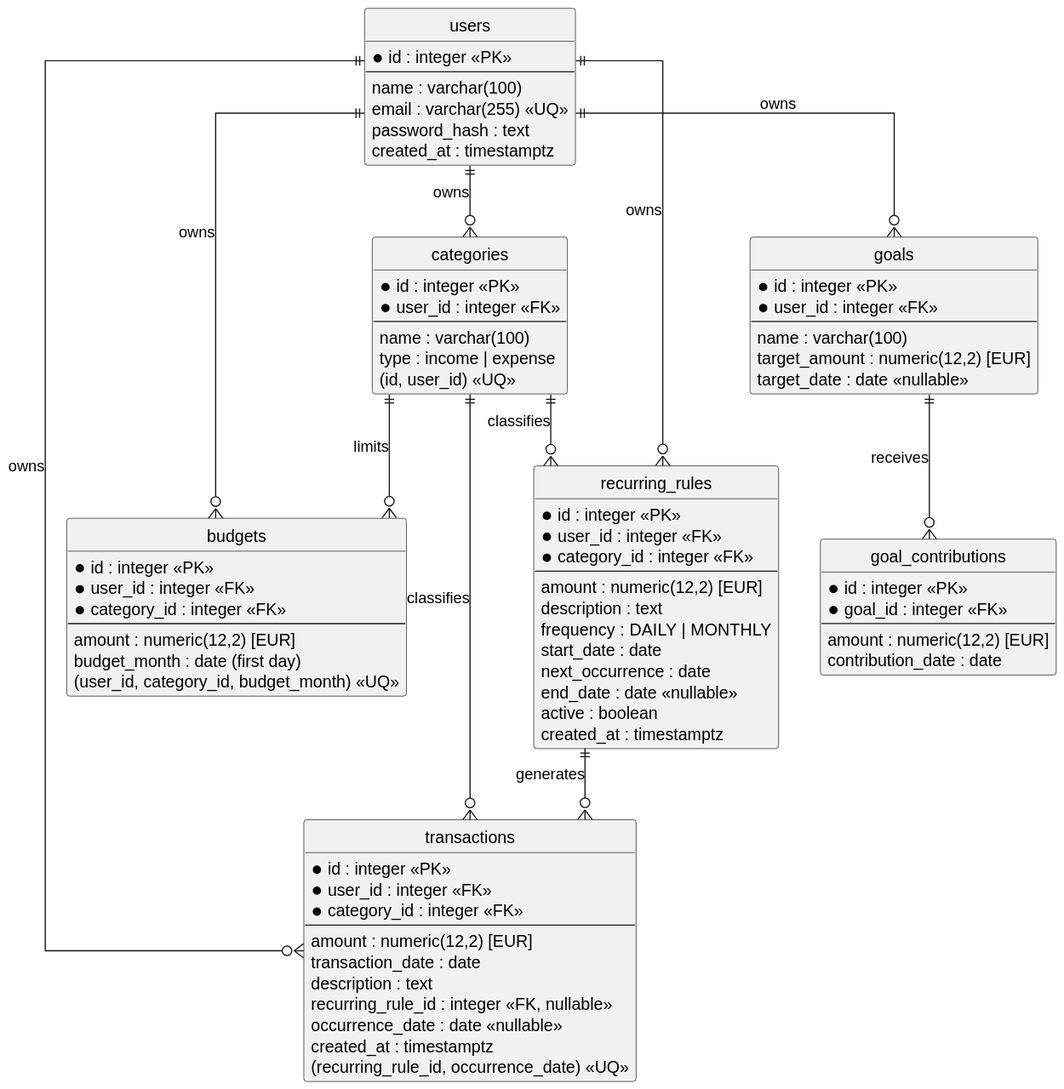
The PlantUML diagram docs/assets/diagrams/finance-data-ERD.svg in vnovakovic05/Projekt-R-aplikacija-za-financije, before a commit. The source it was exported from:
```plantuml
@startuml
hide circle
skinparam linetype ortho
skinparam entity {
  BackgroundColor #F8FAFC
  BorderColor #334155
}

entity "users" as users {
  * id : integer <<PK>>
  --
  name : varchar(100)
  email : varchar(255) <<UQ>>
  password_hash : text
  created_at : timestamptz
}

entity "categories" as categories {
  * id : integer <<PK>>
  * user_id : integer <<FK>>
  --
  name : varchar(100)
  type : income | expense
  (id, user_id) <<UQ>>
}

entity "transactions" as transactions {
  * id : integer <<PK>>
  * user_id : integer <<FK>>
  * category_id : integer <<FK>>
  --
  amount : numeric(12,2) [EUR]
  transaction_date : date
  description : text
  recurring_rule_id : integer <<FK, nullable>>
  occurrence_date : date <<nullable>>
  created_at : timestamptz
  (recurring_rule_id, occurrence_date) <<UQ>>
}

entity "budgets" as budgets {
  * id : integer <<PK>>
  * user_id : integer <<FK>>
  * category_id : integer <<FK>>
  --
  amount : numeric(12,2) [EUR]
  budget_month : date (first day)
  (user_id, category_id, budget_month) <<UQ>>
}

entity "recurring_rules" as recurring_rules {
  * id : integer <<PK>>
  * user_id : integer <<FK>>
  * category_id : integer <<FK>>
  --
  amount : numeric(12,2) [EUR]
  description : text
  frequency : DAILY | MONTHLY
  start_date : date
  next_occurrence : date
  end_date : date <<nullable>>
  active : boolean
  created_at : timestamptz
}

entity "goals" as goals {
  * id : integer <<PK>>
  * user_id : integer <<FK>>
  --
  name : varchar(100)
  target_amount : numeric(12,2) [EUR]
  target_date : date <<nullable>>
}

entity "goal_contributions" as goal_contributions {
  * id : integer <<PK>>
  * goal_id : integer <<FK>>
  --
  amount : numeric(12,2) [EUR]
  contribution_date : date
}

users ||--o{ categories : owns
users ||--o{ transactions : owns
categories ||--o{ transactions : classifies
users ||--o{ budgets : owns
categories ||--o{ budgets : limits
users ||--o{ recurring_rules : owns
categories ||--o{ recurring_rules : classifies
recurring_rules ||--o{ transactions : generates
users ||--o{ goals : owns
goals ||--o{ goal_contributions : receives
@enduml
```
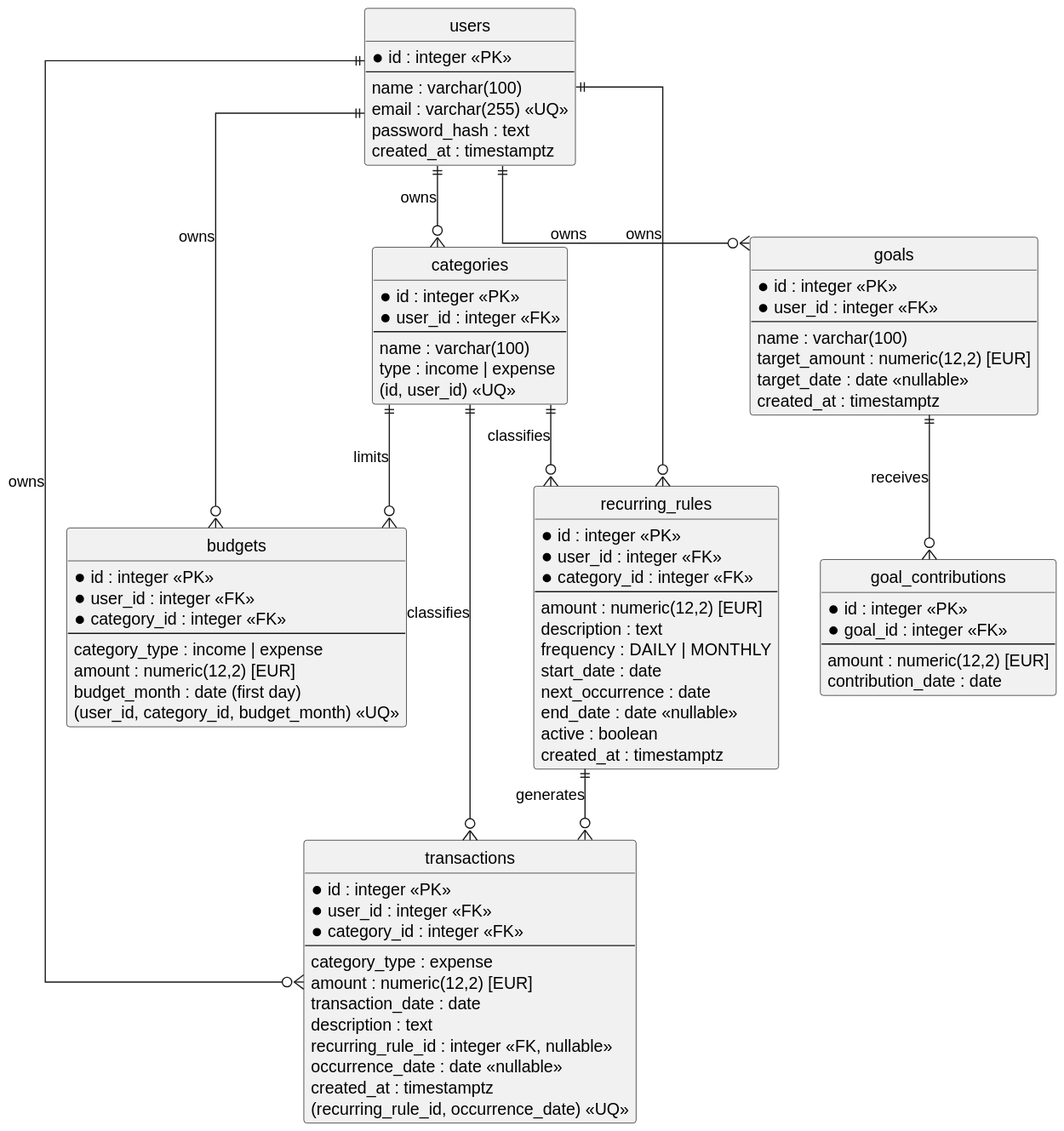
Later version of the same file.

The edit, as a diff of the source:
```diff
@@ -29,6 +29,7 @@
   * user_id : integer <<FK>>
   * category_id : integer <<FK>>
   --
+  category_type : expense
   amount : numeric(12,2) [EUR]
   transaction_date : date
   description : text
@@ -43,6 +44,7 @@
   * user_id : integer <<FK>>
   * category_id : integer <<FK>>
   --
+  category_type : income | expense
   amount : numeric(12,2) [EUR]
   budget_month : date (first day)
   (user_id, category_id, budget_month) <<UQ>>
@@ -70,6 +72,7 @@
   name : varchar(100)
   target_amount : numeric(12,2) [EUR]
   target_date : date <<nullable>>
+  created_at : timestamptz
 }
 
 entity "goal_contributions" as goal_contributions {
```
